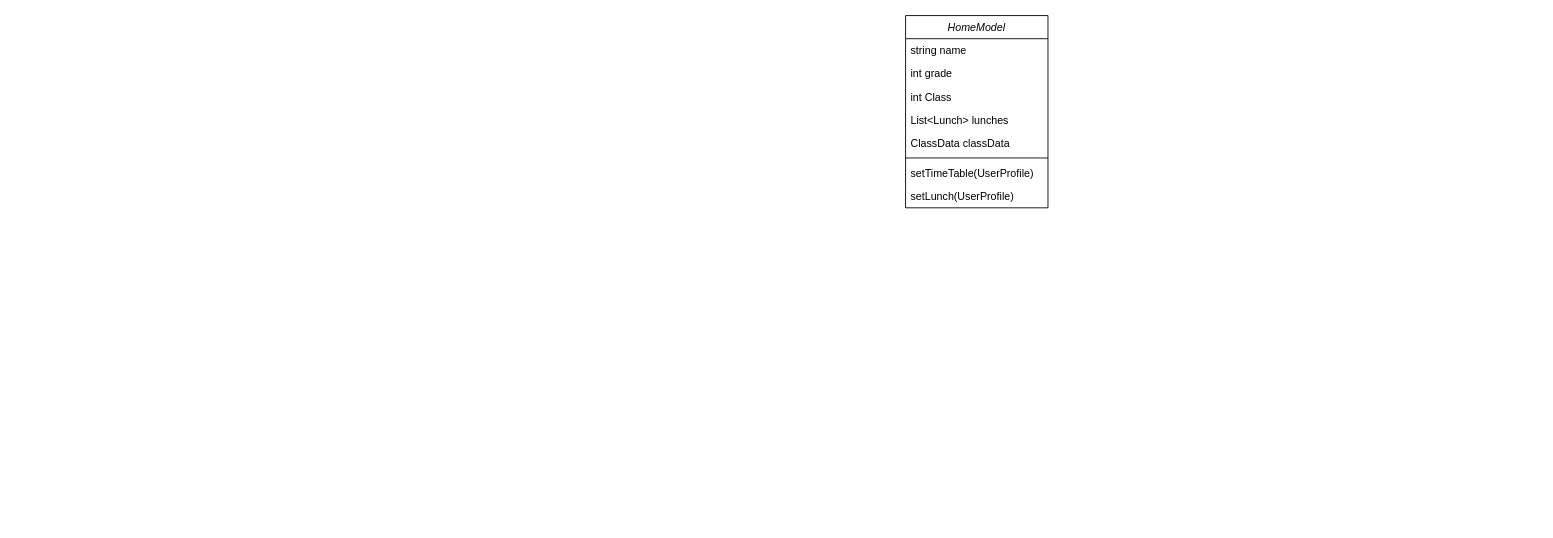
Earlier version of the draw.io diagram 제목 없는 다이어그램.drawio (oyc0401/pubuk). Source tidied: cells renumbered, new cells numbered last; positions are measured from the earlier drawing's top-left corner, leaving out a move shared by most shapes. Both pictures are drawn from the tidied source at 89%, with x=0, y=0 at pixel (905, 15).
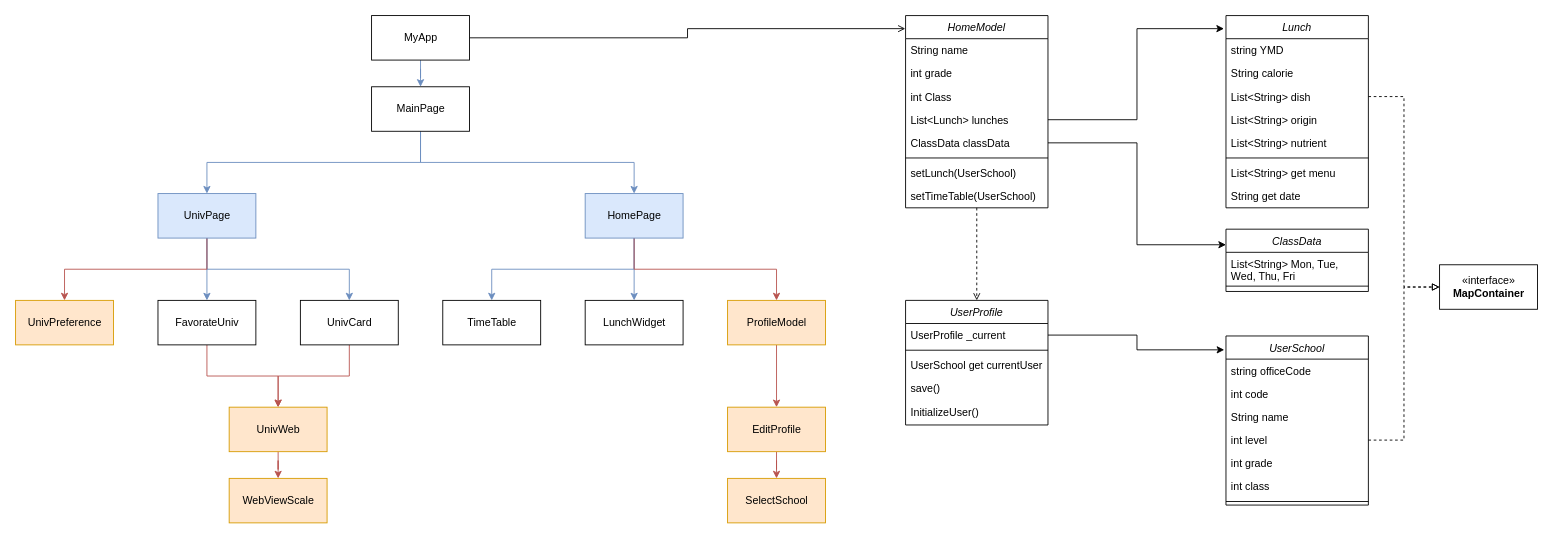
After the change.

Commit message:
홈 모델 다이어그램, 위젯트리

Unchanged cells that the change refers to:
```xml
<mxCell id="2" value="HomeModel" style="swimlane;fontStyle=2;align=center;verticalAlign=top;horizontal=1;startSize=26;rounded=0;shadow=0;strokeWidth=1;" parent="1" vertex="1">
  <mxGeometry width="160" height="216" as="geometry" />
</mxCell>
<mxCell id="6" value="List&lt;Lunch&gt; lunches" style="text;align=left;verticalAlign=top;spacingLeft=4;spacingRight=4;overflow=hidden;points=[[0,0.5],[1,0.5]];portConstraint=eastwest;rounded=0;shadow=0;html=0;" parent="2" vertex="1">
  <mxGeometry y="104" width="160" height="26" as="geometry" />
</mxCell>
<mxCell id="7" value="ClassData classData" style="text;align=left;verticalAlign=top;spacingLeft=4;spacingRight=4;overflow=hidden;points=[[0,0.5],[1,0.5]];portConstraint=eastwest;rounded=0;shadow=0;html=0;" parent="2" vertex="1">
  <mxGeometry y="130" width="160" height="26" as="geometry" />
</mxCell>
```

What changed in the source:
```diff
@@
+    <mxCell id="11" style="edgeStyle=orthogonalEdgeStyle;rounded=0;jettySize=auto;html=1;entryX=-0.014;entryY=0.068;entryDx=0;entryDy=0;fontColor=default;exitX=1;exitY=0.5;exitDx=0;exitDy=0;entryPerimeter=0;" parent="1" edge="1" source="6" target="14">
+      <mxGeometry relative="1" as="geometry" />
+    </mxCell>
+    <mxCell id="12" style="edgeStyle=orthogonalEdgeStyle;rounded=0;jettySize=auto;html=1;entryX=0;entryY=0.25;entryDx=0;entryDy=0;fontColor=default;exitX=1;exitY=0.5;exitDx=0;exitDy=0;" parent="1" edge="1" source="7" target="23">
+      <mxGeometry relative="1" as="geometry" />
+    </mxCell>
+    <mxCell id="13" style="edgeStyle=orthogonalEdgeStyle;rounded=0;jettySize=auto;html=1;fontColor=default;dashed=1;endArrow=open;endFill=0;" parent="1" edge="1" source="2" target="35">
+      <mxGeometry relative="1" as="geometry" />
+    </mxCell>
@@
-    <mxCell id="3" value="string name" style="text;align=left;verticalAlign=top;spacingLeft=4;spacingRight=4;overflow=hidden;" parent="2" vertex="1">
+    <mxCell id="3" value="String name" style="text;align=left;verticalAlign=top;spacingLeft=4;spacingRight=4;overflow=hidden;" parent="2" vertex="1">
       <mxGeometry y="26" width="160" height="26" as="geometry" />
     </mxCell>
@@
+    <mxCell id="10" value="setLunch(UserSchool)" style="text;align=left;verticalAlign=top;spacingLeft=4;spacingRight=4;overflow=hidden;" parent="2" vertex="1">
+      <mxGeometry y="164" width="160" height="26" as="geometry" />
+    </mxCell>
-    <mxCell id="9" value="setTimeTable(UserProfile)" style="text;align=left;verticalAlign=top;spacingLeft=4;spacingRight=4;overflow=hidden;" parent="2" vertex="1">
-      <mxGeometry y="164" width="160" height="26" as="geometry" />
+    <mxCell id="9" value="setTimeTable(UserSchool)" style="text;align=left;verticalAlign=top;spacingLeft=4;spacingRight=4;overflow=hidden;" parent="2" vertex="1">
+      <mxGeometry y="190" width="160" height="26" as="geometry" />
     </mxCell>
-    <mxCell id="10" value="setLunch(UserProfile)" style="text;align=left;verticalAlign=top;spacingLeft=4;spacingRight=4;overflow=hidden;" parent="2" vertex="1">
-      <mxGeometry y="190" width="160" height="26" as="geometry" />
-    </mxCell>
+    <mxCell id="14" value="Lunch" style="swimlane;fontStyle=2;align=center;verticalAlign=top;horizontal=1;startSize=26;rounded=0;shadow=0;strokeWidth=1;" parent="1" vertex="1">
+      <mxGeometry x="360" width="160" height="216" as="geometry" />
+    </mxCell>
+    <mxCell id="15" value="string YMD" style="text;align=left;verticalAlign=top;spacingLeft=4;spacingRight=4;overflow=hidden;" parent="14" vertex="1">
+      <mxGeometry y="26" width="160" height="26" as="geometry" />
+    </mxCell>
+    <mxCell id="16" value="String calorie" style="text;align=left;verticalAlign=top;spacingLeft=4;spacingRight=4;overflow=hidden;rounded=0;shadow=0;html=0;" parent="14" vertex="1">
+      <mxGeometry y="52" width="160" height="26" as="geometry" />
+    </mxCell>
+    <mxCell id="17" value="List&lt;String&gt; dish" style="text;align=left;verticalAlign=top;spacingLeft=4;spacingRight=4;overflow=hidden;points=[[0,0.5],[1,0.5]];portConstraint=eastwest;rounded=0;shadow=0;html=0;" parent="14" vertex="1">
+      <mxGeometry y="78" width="160" height="26" as="geometry" />
+    </mxCell>
+    <mxCell id="18" value="List&lt;String&gt; origin" style="text;align=left;verticalAlign=top;spacingLeft=4;spacingRight=4;overflow=hidden;rounded=0;shadow=0;html=0;" parent="14" vertex="1">
+      <mxGeometry y="104" width="160" height="26" as="geometry" />
+    </mxCell>
+    <mxCell id="19" value="List&lt;String&gt; nutrient" style="text;align=left;verticalAlign=top;spacingLeft=4;spacingRight=4;overflow=hidden;rounded=0;shadow=0;html=0;" parent="14" vertex="1">
+      <mxGeometry y="130" width="160" height="26" as="geometry" />
+    </mxCell>
+    <mxCell id="20" style="line;html=1;strokeWidth=1;align=left;verticalAlign=middle;spacingTop=-1;spacingLeft=3;spacingRight=3;labelPosition=right;" parent="14" vertex="1">
+      <mxGeometry y="156" width="160" height="8" as="geometry" />
+    </mxCell>
+    <mxCell id="21" value="List&lt;String&gt; get menu" style="text;align=left;verticalAlign=top;spacingLeft=4;spacingRight=4;overflow=hidden;" parent="14" vertex="1">
+      <mxGeometry y="164" width="160" height="26" as="geometry" />
+    </mxCell>
+    <mxCell id="22" value="String get date" style="text;align=left;verticalAlign=top;spacingLeft=4;spacingRight=4;overflow=hidden;" parent="14" vertex="1">
+      <mxGeometry y="190" width="160" height="26" as="geometry" />
+    </mxCell>
+    <mxCell id="23" value="ClassData" style="swimlane;fontStyle=2;align=center;verticalAlign=top;horizontal=1;startSize=26;rounded=0;shadow=0;strokeWidth=1;" parent="1" vertex="1">
+      <mxGeometry x="360" y="240" width="160" height="70" as="geometry" />
+    </mxCell>
+    <mxCell id="24" value="List&lt;String&gt; Mon, Tue, &#10;Wed, Thu, Fri" style="text;align=left;verticalAlign=top;spacingLeft=4;spacingRight=4;overflow=hidden;" parent="23" vertex="1">
+      <mxGeometry y="26" width="160" height="34" as="geometry" />
+    </mxCell>
+    <mxCell id="25" style="line;html=1;strokeWidth=1;align=left;verticalAlign=middle;spacingTop=-1;spacingLeft=3;spacingRight=3;labelPosition=right;" parent="23" vertex="1">
+      <mxGeometry y="60" width="160" height="8" as="geometry" />
+    </mxCell>
+    <mxCell id="26" value="UserSchool" style="swimlane;fontStyle=2;align=center;verticalAlign=top;horizontal=1;startSize=26;rounded=0;shadow=0;strokeWidth=1;" parent="1" vertex="1">
+      <mxGeometry x="360" y="360" width="160" height="190" as="geometry" />
+    </mxCell>
+    <mxCell id="27" value="string officeCode" style="text;align=left;verticalAlign=top;spacingLeft=4;spacingRight=4;overflow=hidden;" parent="26" vertex="1">
+      <mxGeometry y="26" width="160" height="26" as="geometry" />
+    </mxCell>
+    <mxCell id="28" value="int code" style="text;align=left;verticalAlign=top;spacingLeft=4;spacingRight=4;overflow=hidden;rounded=0;shadow=0;html=0;" parent="26" vertex="1">
+      <mxGeometry y="52" width="160" height="26" as="geometry" />
+    </mxCell>
+    <mxCell id="29" value="String name" style="text;align=left;verticalAlign=top;spacingLeft=4;spacingRight=4;overflow=hidden;rounded=0;shadow=0;html=0;" parent="26" vertex="1">
+      <mxGeometry y="78" width="160" height="26" as="geometry" />
+    </mxCell>
+    <mxCell id="30" value="int level" style="text;align=left;verticalAlign=top;spacingLeft=4;spacingRight=4;overflow=hidden;points=[[0,0.5],[1,0.5]];portConstraint=eastwest;rounded=0;shadow=0;html=0;" parent="26" vertex="1">
+      <mxGeometry y="104" width="160" height="26" as="geometry" />
+    </mxCell>
+    <mxCell id="31" value="int grade" style="text;align=left;verticalAlign=top;spacingLeft=4;spacingRight=4;overflow=hidden;rounded=0;shadow=0;html=0;" parent="26" vertex="1">
+      <mxGeometry y="130" width="160" height="26" as="geometry" />
+    </mxCell>
+    <mxCell id="32" value="int class" style="text;align=left;verticalAlign=top;spacingLeft=4;spacingRight=4;overflow=hidden;rounded=0;shadow=0;html=0;" parent="26" vertex="1">
+      <mxGeometry y="156" width="160" height="26" as="geometry" />
+    </mxCell>
+    <mxCell id="33" style="line;html=1;strokeWidth=1;align=left;verticalAlign=middle;spacingTop=-1;spacingLeft=3;spacingRight=3;labelPosition=right;" parent="26" vertex="1">
+      <mxGeometry y="182" width="160" height="8" as="geometry" />
+    </mxCell>
+    <mxCell id="34" style="edgeStyle=orthogonalEdgeStyle;rounded=0;jettySize=auto;html=1;entryX=-0.012;entryY=0.082;entryDx=0;entryDy=0;entryPerimeter=0;fontColor=default;exitX=1;exitY=0.5;exitDx=0;exitDy=0;" parent="1" edge="1" source="36" target="26">
+      <mxGeometry relative="1" as="geometry" />
+    </mxCell>
+    <mxCell id="35" value="UserProfile" style="swimlane;fontStyle=2;align=center;verticalAlign=top;horizontal=1;startSize=26;rounded=0;shadow=0;strokeWidth=1;" parent="1" vertex="1">
+      <mxGeometry y="320" width="160" height="140" as="geometry" />
+    </mxCell>
+    <mxCell id="36" value="UserProfile _current" style="text;align=left;verticalAlign=top;spacingLeft=4;spacingRight=4;overflow=hidden;points=[[0,0.5],[1,0.5]];portConstraint=eastwest;" parent="35" vertex="1">
+      <mxGeometry y="26" width="160" height="26" as="geometry" />
+    </mxCell>
+    <mxCell id="37" style="line;html=1;strokeWidth=1;align=left;verticalAlign=middle;spacingTop=-1;spacingLeft=3;spacingRight=3;labelPosition=right;" parent="35" vertex="1">
+      <mxGeometry y="52" width="160" height="8" as="geometry" />
+    </mxCell>
+    <mxCell id="38" value="UserSchool get currentUser" style="text;align=left;verticalAlign=top;spacingLeft=4;spacingRight=4;overflow=hidden;" parent="35" vertex="1">
+      <mxGeometry y="60" width="160" height="26" as="geometry" />
+    </mxCell>
+    <mxCell id="39" value="save()" style="text;align=left;verticalAlign=top;spacingLeft=4;spacingRight=4;overflow=hidden;" parent="35" vertex="1">
+      <mxGeometry y="86" width="160" height="26" as="geometry" />
+    </mxCell>
+    <mxCell id="40" value="InitializeUser()" style="text;align=left;verticalAlign=top;spacingLeft=4;spacingRight=4;overflow=hidden;" parent="35" vertex="1">
+      <mxGeometry y="112" width="160" height="26" as="geometry" />
+    </mxCell>
+    <mxCell id="41" value="«interface»&lt;br&gt;&lt;b&gt;MapContainer&lt;/b&gt;" style="html=1;fontColor=default;" parent="1" vertex="1">
+      <mxGeometry x="600" y="280" width="110" height="50" as="geometry" />
+    </mxCell>
+    <mxCell id="42" style="edgeStyle=orthogonalEdgeStyle;rounded=0;jettySize=auto;html=1;entryX=0;entryY=0.5;entryDx=0;entryDy=0;fontColor=default;dashed=1;endArrow=block;endFill=0;" parent="1" edge="1" source="17" target="41">
+      <mxGeometry relative="1" as="geometry" />
+    </mxCell>
+    <mxCell id="43" style="edgeStyle=orthogonalEdgeStyle;rounded=0;jettySize=auto;html=1;entryX=0;entryY=0.5;entryDx=0;entryDy=0;fontColor=default;endArrow=block;endFill=0;dashed=1;" parent="1" edge="1" source="30" target="41">
+      <mxGeometry relative="1" as="geometry" />
+    </mxCell>
+    <mxCell id="44" style="edgeStyle=orthogonalEdgeStyle;rounded=0;jettySize=auto;html=1;entryX=0.5;entryY=0;entryDx=0;entryDy=0;fontColor=default;endArrow=classic;endFill=1;fillColor=#dae8fc;strokeColor=#6c8ebf;exitX=0.5;exitY=1;exitDx=0;exitDy=0;" parent="1" edge="1" source="47" target="49">
+      <mxGeometry relative="1" as="geometry" />
+    </mxCell>
+    <mxCell id="45" style="edgeStyle=orthogonalEdgeStyle;rounded=0;jettySize=auto;html=1;entryX=0.5;entryY=0;entryDx=0;entryDy=0;fontColor=default;endArrow=classic;endFill=1;fillColor=#dae8fc;strokeColor=#6c8ebf;" parent="1" edge="1" source="47" target="48">
+      <mxGeometry relative="1" as="geometry" />
+    </mxCell>
+    <mxCell id="46" style="edgeStyle=orthogonalEdgeStyle;rounded=0;jettySize=auto;html=1;entryX=0.5;entryY=0;entryDx=0;entryDy=0;fontColor=default;endArrow=classic;endFill=1;fillColor=#f8cecc;strokeColor=#b85450;exitX=0.5;exitY=1;exitDx=0;exitDy=0;" parent="1" edge="1" source="47" target="61">
+      <mxGeometry relative="1" as="geometry" />
+    </mxCell>
+    <mxCell id="47" value="HomePage" style="html=1;fillColor=#dae8fc;strokeColor=#6c8ebf;" parent="1" vertex="1">
+      <mxGeometry x="-360" y="200" width="110" height="50" as="geometry" />
+    </mxCell>
+    <mxCell id="48" value="LunchWidget" style="html=1;fontColor=default;" parent="1" vertex="1">
+      <mxGeometry x="-360" y="320" width="110" height="50" as="geometry" />
+    </mxCell>
+    <mxCell id="49" value="TimeTable" style="html=1;fontColor=default;" parent="1" vertex="1">
+      <mxGeometry x="-520" y="320" width="110" height="50" as="geometry" />
+    </mxCell>
+    <mxCell id="50" style="edgeStyle=orthogonalEdgeStyle;rounded=0;jettySize=auto;html=1;entryX=-0.002;entryY=0.068;entryDx=0;entryDy=0;entryPerimeter=0;fontColor=default;endArrow=open;endFill=0;exitX=1;exitY=0.5;exitDx=0;exitDy=0;" parent="1" edge="1" source="52" target="2">
+      <mxGeometry relative="1" as="geometry" />
+    </mxCell>
+    <mxCell id="51" style="edgeStyle=orthogonalEdgeStyle;rounded=0;jettySize=auto;html=1;entryX=0.5;entryY=0;entryDx=0;entryDy=0;fontColor=default;endArrow=classic;endFill=1;fillColor=#dae8fc;strokeColor=#6c8ebf;" parent="1" edge="1" source="52" target="55">
+      <mxGeometry relative="1" as="geometry" />
+    </mxCell>
+    <mxCell id="52" value="MyApp" style="html=1;fontColor=default;" parent="1" vertex="1">
+      <mxGeometry x="-600" width="110" height="50" as="geometry" />
+    </mxCell>
+    <mxCell id="53" style="edgeStyle=orthogonalEdgeStyle;rounded=0;jettySize=auto;html=1;entryX=0.5;entryY=0;entryDx=0;entryDy=0;fontColor=default;endArrow=classic;endFill=1;exitX=0.5;exitY=1;exitDx=0;exitDy=0;fillColor=#dae8fc;strokeColor=#6c8ebf;" parent="1" edge="1" source="55" target="47">
+      <mxGeometry relative="1" as="geometry" />
+    </mxCell>
+    <mxCell id="54" style="edgeStyle=orthogonalEdgeStyle;rounded=0;jettySize=auto;html=1;entryX=0.5;entryY=0;entryDx=0;entryDy=0;fontColor=default;endArrow=classic;endFill=1;exitX=0.5;exitY=1;exitDx=0;exitDy=0;fillColor=#dae8fc;strokeColor=#6c8ebf;" parent="1" edge="1" source="55" target="59">
+      <mxGeometry relative="1" as="geometry" />
+    </mxCell>
+    <mxCell id="55" value="MainPage" style="html=1;fontColor=default;" parent="1" vertex="1">
+      <mxGeometry x="-600" y="80" width="110" height="50" as="geometry" />
+    </mxCell>
+    <mxCell id="56" style="edgeStyle=orthogonalEdgeStyle;rounded=0;jettySize=auto;html=1;entryX=0.5;entryY=0;entryDx=0;entryDy=0;fontColor=default;endArrow=classic;endFill=1;fillColor=#dae8fc;strokeColor=#6c8ebf;exitX=0.5;exitY=1;exitDx=0;exitDy=0;" parent="1" edge="1" source="59" target="70">
+      <mxGeometry relative="1" as="geometry" />
+    </mxCell>
+    <mxCell id="57" style="edgeStyle=orthogonalEdgeStyle;rounded=0;jettySize=auto;html=1;entryX=0.5;entryY=0;entryDx=0;entryDy=0;fontColor=default;endArrow=classic;endFill=1;exitX=0.5;exitY=1;exitDx=0;exitDy=0;fillColor=#dae8fc;strokeColor=#6c8ebf;" parent="1" edge="1" source="59" target="72">
+      <mxGeometry relative="1" as="geometry" />
+    </mxCell>
+    <mxCell id="58" style="edgeStyle=orthogonalEdgeStyle;rounded=0;jettySize=auto;html=1;entryX=0.5;entryY=0;entryDx=0;entryDy=0;fontColor=default;endArrow=classic;endFill=1;exitX=0.5;exitY=1;exitDx=0;exitDy=0;fillColor=#f8cecc;strokeColor=#b85450;" parent="1" edge="1" source="59" target="67">
+      <mxGeometry relative="1" as="geometry" />
+    </mxCell>
+    <mxCell id="59" value="UnivPage" style="html=1;fillColor=#dae8fc;strokeColor=#6c8ebf;" parent="1" vertex="1">
+      <mxGeometry x="-840" y="200" width="110" height="50" as="geometry" />
+    </mxCell>
+    <mxCell id="60" style="edgeStyle=orthogonalEdgeStyle;rounded=0;jettySize=auto;html=1;entryX=0.5;entryY=0;entryDx=0;entryDy=0;fontColor=default;endArrow=classic;endFill=1;fillColor=#f8cecc;strokeColor=#b85450;" parent="1" edge="1" source="61" target="63">
+      <mxGeometry relative="1" as="geometry" />
+    </mxCell>
+    <mxCell id="61" value="ProfileModel" style="html=1;fillColor=#ffe6cc;strokeColor=#d79b00;" parent="1" vertex="1">
+      <mxGeometry x="-200" y="320" width="110" height="50" as="geometry" />
+    </mxCell>
+    <mxCell id="62" style="edgeStyle=orthogonalEdgeStyle;rounded=0;jettySize=auto;html=1;entryX=0.5;entryY=0;entryDx=0;entryDy=0;fontColor=default;endArrow=classic;endFill=1;fillColor=#f8cecc;strokeColor=#b85450;" parent="1" edge="1" source="63" target="64">
+      <mxGeometry relative="1" as="geometry" />
+    </mxCell>
+    <mxCell id="63" value="EditProfile" style="html=1;fillColor=#ffe6cc;strokeColor=#d79b00;" parent="1" vertex="1">
+      <mxGeometry x="-200" y="440" width="110" height="50" as="geometry" />
+    </mxCell>
+    <mxCell id="64" value="SelectSchool" style="html=1;fillColor=#ffe6cc;strokeColor=#d79b00;" parent="1" vertex="1">
+      <mxGeometry x="-200" y="520" width="110" height="50" as="geometry" />
+    </mxCell>
+    <mxCell id="65" style="edgeStyle=orthogonalEdgeStyle;rounded=0;jettySize=auto;html=1;entryX=0.5;entryY=0;entryDx=0;entryDy=0;fontColor=default;endArrow=classic;endFill=1;fillColor=#f8cecc;strokeColor=#b85450;" parent="1" edge="1" source="66" target="68">
+      <mxGeometry relative="1" as="geometry" />
+    </mxCell>
+    <mxCell id="66" value="UnivWeb" style="html=1;fillColor=#ffe6cc;strokeColor=#d79b00;" parent="1" vertex="1">
+      <mxGeometry x="-760" y="440" width="110" height="50" as="geometry" />
+    </mxCell>
+    <mxCell id="67" value="UnivPreference" style="html=1;fillColor=#ffe6cc;strokeColor=#d79b00;" parent="1" vertex="1">
+      <mxGeometry x="-1000" y="320" width="110" height="50" as="geometry" />
+    </mxCell>
+    <mxCell id="68" value="WebViewScale" style="html=1;fillColor=#ffe6cc;strokeColor=#d79b00;" parent="1" vertex="1">
+      <mxGeometry x="-760" y="520" width="110" height="50" as="geometry" />
+    </mxCell>
+    <mxCell id="69" style="edgeStyle=orthogonalEdgeStyle;rounded=0;jettySize=auto;html=1;entryX=0.5;entryY=0;entryDx=0;entryDy=0;fontColor=default;endArrow=classic;endFill=1;fillColor=#f8cecc;strokeColor=#b85450;" parent="1" edge="1" source="70" target="66">
+      <mxGeometry relative="1" as="geometry" />
+    </mxCell>
+    <mxCell id="70" value="UnivCard" style="html=1;fontColor=default;" parent="1" vertex="1">
+      <mxGeometry x="-680" y="320" width="110" height="50" as="geometry" />
+    </mxCell>
+    <mxCell id="71" style="edgeStyle=orthogonalEdgeStyle;rounded=0;jettySize=auto;html=1;entryX=0.5;entryY=0;entryDx=0;entryDy=0;fontColor=default;endArrow=classic;endFill=1;exitX=0.5;exitY=1;exitDx=0;exitDy=0;fillColor=#f8cecc;strokeColor=#b85450;" parent="1" edge="1" source="72" target="66">
+      <mxGeometry relative="1" as="geometry" />
+    </mxCell>
+    <mxCell id="72" value="FavorateUniv" style="html=1;" parent="1" vertex="1">
+      <mxGeometry x="-840" y="320" width="110" height="50" as="geometry" />
+    </mxCell>
```
